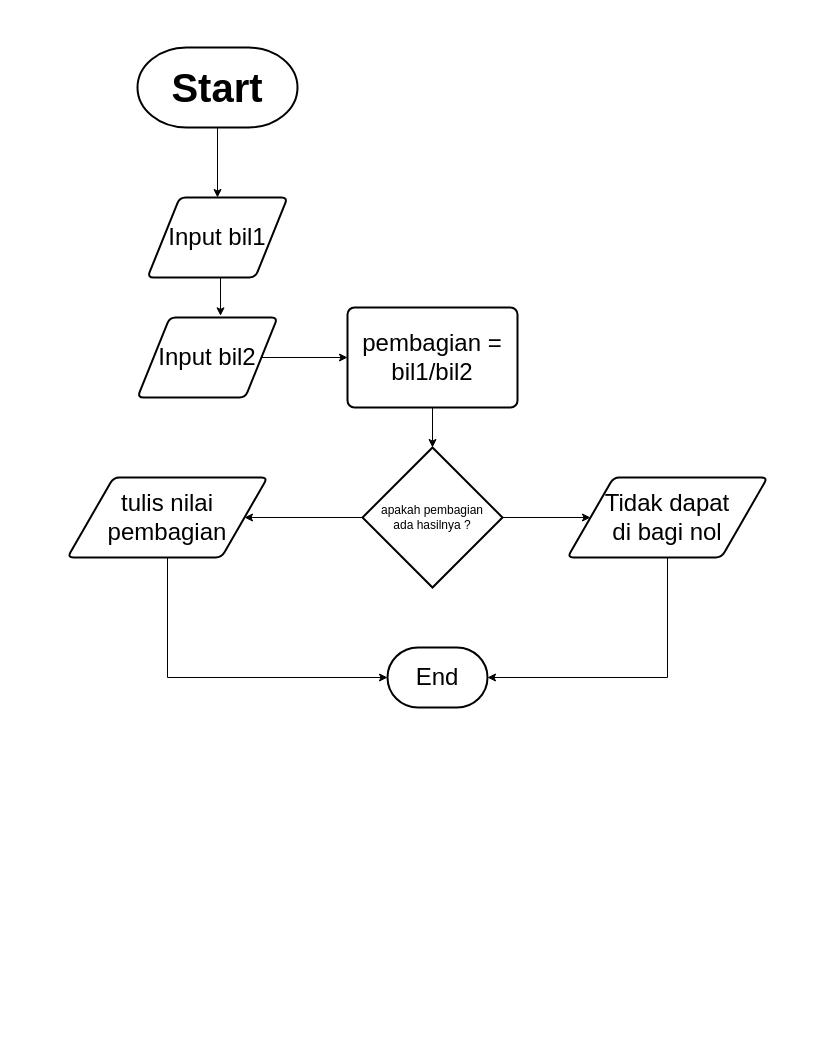
Earlier version of the draw.io diagram PD4-5/Copy of LKM PD4.drawio (Rizqirazkafi/Kuliah). Source tidied: cells renumbered, new cells numbered last; positions are measured from the earlier drawing's top-left corner, leaving out a move shared by most shapes. Both pictures are drawn from the tidied source at 100%, with x=0, y=0 at pixel (67, 47).
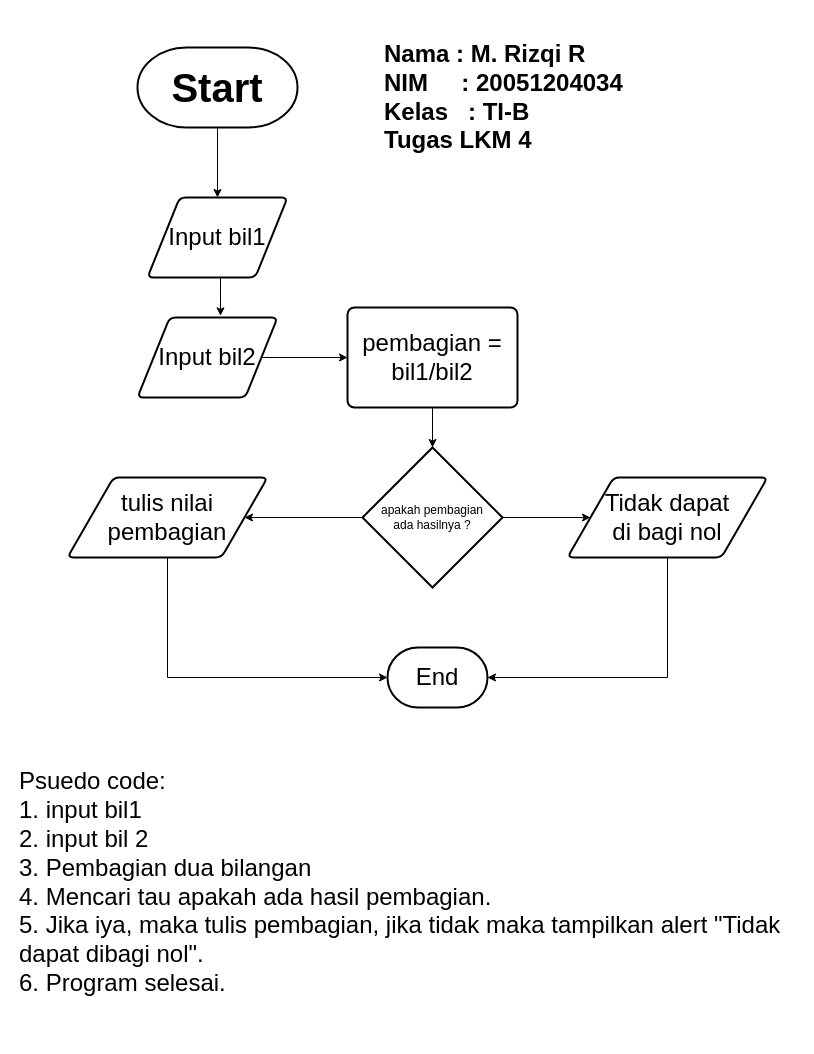
After the change.

Diff of the diagram source:
```diff
@@
 <mxGraphModel>
   <root>
     <mxCell id="0" />
     <mxCell id="1" parent="0" />
     <mxCell id="2" style="edgeStyle=orthogonalEdgeStyle;rounded=0;jettySize=auto;html=1;exitX=0.5;exitY=1;exitDx=0;exitDy=0;exitPerimeter=0;entryX=0.5;entryY=0;entryDx=0;entryDy=0;" parent="1" edge="1" source="3" target="5">
       <mxGeometry relative="1" as="geometry" />
     </mxCell>
     <mxCell id="3" value="&lt;b&gt;&lt;font style=&quot;font-size: 40px&quot;&gt;Start&lt;/font&gt;&lt;/b&gt;" style="strokeWidth=2;html=1;shape=mxgraph.flowchart.terminator;whiteSpace=wrap;" parent="1" vertex="1">
       <mxGeometry x="70" width="160" height="80" as="geometry" />
     </mxCell>
     <mxCell id="4" style="edgeStyle=orthogonalEdgeStyle;rounded=0;jettySize=auto;html=1;exitX=0.5;exitY=1;exitDx=0;exitDy=0;entryX=0.593;entryY=-0.021;entryDx=0;entryDy=0;entryPerimeter=0;" parent="1" edge="1" source="5" target="7">
       <mxGeometry relative="1" as="geometry" />
     </mxCell>
     <mxCell id="5" value="&lt;font style=&quot;font-size: 24px&quot;&gt;Input bil1&lt;/font&gt;" style="shape=parallelogram;html=1;strokeWidth=2;perimeter=parallelogramPerimeter;whiteSpace=wrap;rounded=1;arcSize=12;size=0.23;" parent="1" vertex="1">
       <mxGeometry x="80" y="150" width="140" height="80" as="geometry" />
     </mxCell>
     <mxCell id="6" style="edgeStyle=orthogonalEdgeStyle;rounded=0;jettySize=auto;html=1;exitX=1;exitY=0.5;exitDx=0;exitDy=0;entryX=0;entryY=0.5;entryDx=0;entryDy=0;" parent="1" edge="1" source="7" target="9">
       <mxGeometry relative="1" as="geometry" />
     </mxCell>
     <mxCell id="7" value="&lt;font style=&quot;font-size: 24px&quot;&gt;Input bil2&lt;/font&gt;" style="shape=parallelogram;html=1;strokeWidth=2;perimeter=parallelogramPerimeter;whiteSpace=wrap;rounded=1;arcSize=12;size=0.23;" parent="1" vertex="1">
       <mxGeometry x="70" y="270" width="140" height="80" as="geometry" />
     </mxCell>
     <mxCell id="8" style="edgeStyle=orthogonalEdgeStyle;rounded=0;jettySize=auto;html=1;exitX=0.5;exitY=1;exitDx=0;exitDy=0;entryX=0.5;entryY=0;entryDx=0;entryDy=0;entryPerimeter=0;" parent="1" edge="1" source="9" target="12">
       <mxGeometry relative="1" as="geometry" />
     </mxCell>
     <mxCell id="9" value="&lt;div&gt;&lt;font style=&quot;font-size: 24px&quot;&gt;pembagian =&lt;/font&gt;&lt;/div&gt;&lt;div&gt;&lt;font style=&quot;font-size: 24px&quot;&gt;bil1/bil2&lt;br&gt;&lt;/font&gt;&lt;/div&gt;" style="rounded=1;whiteSpace=wrap;html=1;absoluteArcSize=1;arcSize=14;strokeWidth=2;" parent="1" vertex="1">
       <mxGeometry x="280" y="260" width="170" height="100" as="geometry" />
     </mxCell>
     <mxCell id="10" style="edgeStyle=orthogonalEdgeStyle;rounded=0;jettySize=auto;html=1;exitX=1;exitY=0.5;exitDx=0;exitDy=0;exitPerimeter=0;entryX=0;entryY=0.5;entryDx=0;entryDy=0;" parent="1" edge="1" source="12" target="14">
       <mxGeometry relative="1" as="geometry" />
     </mxCell>
     <mxCell id="11" style="edgeStyle=orthogonalEdgeStyle;rounded=0;jettySize=auto;html=1;exitX=0;exitY=0.5;exitDx=0;exitDy=0;exitPerimeter=0;" parent="1" edge="1" source="12" target="16">
       <mxGeometry relative="1" as="geometry" />
     </mxCell>
     <mxCell id="12" value="&lt;div&gt;apakah pembagian&lt;/div&gt;&lt;div&gt;ada hasilnya ?&lt;br&gt;&lt;/div&gt;" style="strokeWidth=2;html=1;shape=mxgraph.flowchart.decision;whiteSpace=wrap;" parent="1" vertex="1">
       <mxGeometry x="295" y="400" width="140" height="140" as="geometry" />
     </mxCell>
     <mxCell id="13" style="edgeStyle=orthogonalEdgeStyle;rounded=0;jettySize=auto;html=1;exitX=0.5;exitY=1;exitDx=0;exitDy=0;entryX=1;entryY=0.5;entryDx=0;entryDy=0;entryPerimeter=0;" parent="1" edge="1" source="14" target="17">
       <mxGeometry relative="1" as="geometry" />
     </mxCell>
     <mxCell id="14" value="&lt;div style=&quot;font-size: 24px&quot;&gt;&lt;font style=&quot;font-size: 24px&quot;&gt;Tidak dapat&lt;/font&gt;&lt;/div&gt;&lt;div style=&quot;font-size: 24px&quot;&gt;&lt;font style=&quot;font-size: 24px&quot;&gt;di bagi nol&lt;br&gt;&lt;/font&gt;&lt;/div&gt;" style="shape=parallelogram;html=1;strokeWidth=2;perimeter=parallelogramPerimeter;whiteSpace=wrap;rounded=1;arcSize=12;size=0.23;" parent="1" vertex="1">
       <mxGeometry x="500" y="430" width="200" height="80" as="geometry" />
     </mxCell>
     <mxCell id="15" style="edgeStyle=orthogonalEdgeStyle;rounded=0;jettySize=auto;html=1;exitX=0.5;exitY=1;exitDx=0;exitDy=0;entryX=0;entryY=0.5;entryDx=0;entryDy=0;entryPerimeter=0;" parent="1" edge="1" source="16" target="17">
       <mxGeometry relative="1" as="geometry" />
     </mxCell>
     <mxCell id="16" value="&lt;div style=&quot;font-size: 24px&quot;&gt;&lt;font style=&quot;font-size: 24px&quot;&gt;tulis nilai&lt;/font&gt;&lt;/div&gt;&lt;div style=&quot;font-size: 24px&quot;&gt;&lt;font style=&quot;font-size: 24px&quot;&gt; pembagian&lt;/font&gt;&lt;/div&gt;" style="shape=parallelogram;html=1;strokeWidth=2;perimeter=parallelogramPerimeter;whiteSpace=wrap;rounded=1;arcSize=12;size=0.23;" parent="1" vertex="1">
       <mxGeometry y="430" width="200" height="80" as="geometry" />
     </mxCell>
     <mxCell id="17" value="&lt;font style=&quot;font-size: 24px&quot;&gt;End&lt;/font&gt;" style="strokeWidth=2;html=1;shape=mxgraph.flowchart.terminator;whiteSpace=wrap;" parent="1" vertex="1">
       <mxGeometry x="320" y="600" width="100" height="60" as="geometry" />
     </mxCell>
+    <mxCell id="18" value="&lt;div style=&quot;font-size: 24px&quot; align=&quot;left&quot;&gt;Psuedo code:&lt;/div&gt;&lt;div style=&quot;font-size: 24px&quot; align=&quot;left&quot;&gt;1. input bil1&lt;/div&gt;&lt;div style=&quot;font-size: 24px&quot; align=&quot;left&quot;&gt;2. input bil 2&lt;/div&gt;&lt;div style=&quot;font-size: 24px&quot; align=&quot;left&quot;&gt;3. Pembagian dua bilangan&lt;/div&gt;&lt;div style=&quot;font-size: 24px&quot; align=&quot;left&quot;&gt;4. Mencari tau apakah ada hasil pembagian.&lt;/div&gt;&lt;div style=&quot;font-size: 24px&quot; align=&quot;left&quot;&gt;5. Jika iya, maka tulis pembagian, jika tidak maka tampilkan alert &quot;Tidak dapat dibagi nol&quot;.&lt;/div&gt;&lt;div style=&quot;font-size: 24px&quot; align=&quot;left&quot;&gt;6. Program selesai.&lt;br&gt;&lt;/div&gt;" style="text;html=1;strokeColor=none;fillColor=none;align=left;verticalAlign=middle;whiteSpace=wrap;rounded=0;" parent="1" vertex="1">
+      <mxGeometry x="-50" y="680" width="780" height="310" as="geometry" />
+    </mxCell>
+    <mxCell id="19" value="&lt;div style=&quot;font-size: 24px&quot; align=&quot;left&quot;&gt;&lt;b&gt;&lt;font style=&quot;font-size: 24px&quot;&gt;Nama : M. Rizqi R&lt;/font&gt;&lt;/b&gt;&lt;/div&gt;&lt;div style=&quot;font-size: 24px&quot; align=&quot;left&quot;&gt;&lt;b&gt;&lt;font style=&quot;font-size: 24px&quot;&gt;NIM&amp;nbsp;&amp;nbsp;&amp;nbsp;&amp;nbsp; : 20051204034&lt;/font&gt;&lt;/b&gt;&lt;/div&gt;&lt;div style=&quot;font-size: 24px&quot; align=&quot;left&quot;&gt;&lt;b&gt;&lt;font style=&quot;font-size: 24px&quot;&gt;Kelas&amp;nbsp;&amp;nbsp; : TI-B&lt;/font&gt;&lt;/b&gt;&lt;/div&gt;&lt;div style=&quot;font-size: 24px&quot; align=&quot;left&quot;&gt;&lt;b&gt;&lt;font style=&quot;font-size: 24px&quot;&gt;Tugas LKM 4&lt;br&gt;&lt;/font&gt;&lt;/b&gt;&lt;/div&gt;" style="text;html=1;strokeColor=none;fillColor=none;align=left;verticalAlign=middle;whiteSpace=wrap;rounded=0;" parent="1" vertex="1">
+      <mxGeometry x="315" y="-30" width="395" height="160" as="geometry" />
+    </mxCell>
   </root>
 </mxGraphModel>
```
